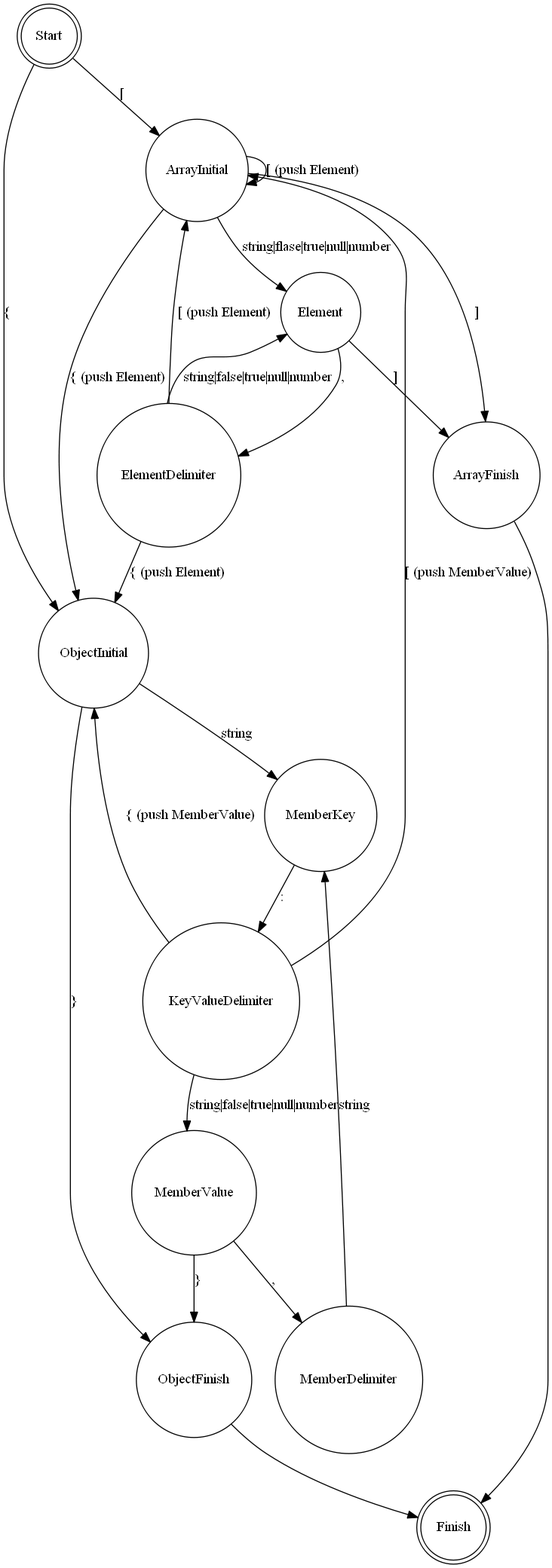
Before: doc/diagram/iterative-parser-states-diagram.png, a diagram exported from Graphviz (nilsbore/roswasm_suite). Its source is kept beside it as doc/diagram/iterative-parser-states-diagram.dot. Source of this version:
```dot
digraph {
    splines=true;
    node [shape = doublecircle]; Start; Finish;
    node [shape = circle];

    Start -> ArrayInitial [label="["];
    Start -> ObjectInitial [label="{"];

    ObjectInitial -> ObjectFinish [label="}"];
    ObjectInitial -> MemberKey [label="string"];

    MemberKey -> KeyValueDelimiter [label=":"];

    KeyValueDelimiter -> ArrayInitial [label="[ (push MemberValue)"];
    KeyValueDelimiter -> ObjectInitial [label="{ (push MemberValue)"];
    KeyValueDelimiter -> MemberValue [label="string|false|true|null|number"];

    MemberValue -> ObjectFinish [label="}"];
    MemberValue -> MemberDelimiter [label=","];

    MemberDelimiter -> MemberKey [label="string"];

    ArrayInitial -> ArrayInitial [label="[ (push Element)"];
    ArrayInitial -> ArrayFinish [label="]"];
    ArrayInitial -> ObjectInitial [label="{ (push Element)"];
    ArrayInitial -> Element [label="string|flase|true|null|number"];

    Element -> ArrayFinish [label="]"];
    Element -> ElementDelimiter [label=","];

    ElementDelimiter -> ArrayInitial [label="[ (push Element)"];
    ElementDelimiter -> ObjectInitial [label="{ (push Element)"];
    ElementDelimiter -> Element [label="string|false|true|null|number"];

    ArrayFinish -> Finish;
    ObjectFinish -> Finish;
}
```
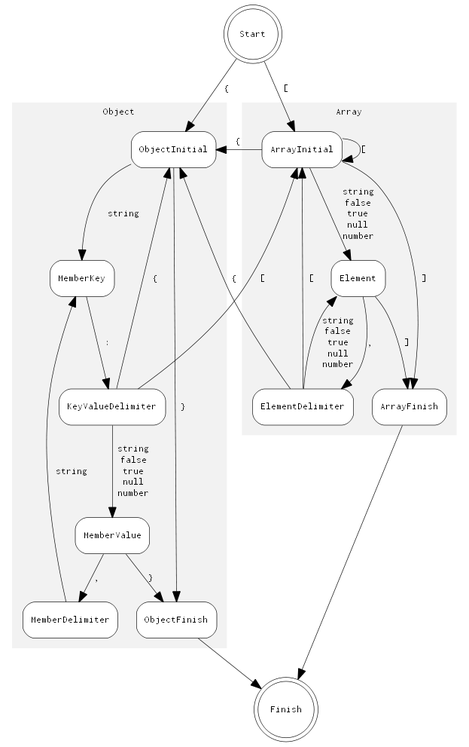
Above is the later version.

Commit message:
Re-layout  iterative parser state diagram.

Change to the diagram source:
```diff
@@ -1,36 +1,61 @@
 digraph {
-    splines=true;
+    fontname="Inconsolata, Consolas"
+    fontsize=10
+    margin="0,0"
+    penwidth=0.0
+
+    node [fontname="Inconsolata, Consolas", fontsize=10, penwidth=0.5]
+    edge [fontname="Inconsolata, Consolas", fontsize=10, penwidth=0.5]
+
     node [shape = doublecircle]; Start; Finish;
-    node [shape = circle];
+    node [shape = box; style = "rounded, filled"; fillcolor=white ];
 
-    Start -> ArrayInitial [label="["];
-    Start -> ObjectInitial [label="{"];
+    Start -> ArrayInitial [label=" ["];
+    Start -> ObjectInitial [label=" {"];
 
-    ObjectInitial -> ObjectFinish [label="}"];
-    ObjectInitial -> MemberKey [label="string"];
+    subgraph clusterArray {
+        margin="10,10"
+        style=filled
+        fillcolor=gray95
+        label = "Array"
+
+        ArrayInitial; Element; ElementDelimiter; ArrayFinish;
+    }
+
+    subgraph clusterObject {
+        margin="10,10"
+        style=filled
+        fillcolor=gray95
+        label = "Object"
+
+        ObjectInitial; MemberKey; KeyValueDelimiter; MemberValue; MemberDelimiter; ObjectFinish;
+    }
+
+    ArrayInitial -> ArrayInitial [label="["];
+    ArrayInitial -> ArrayFinish [label=" ]"];
+    ArrayInitial -> ObjectInitial [label="{", constraint=false];
+    ArrayInitial -> Element [label="string\nfalse\ntrue\nnull\nnumber"];
+
+    Element -> ArrayFinish [label="]"];
+    Element -> ElementDelimiter [label=","];
+
+    ElementDelimiter -> ArrayInitial [label=" ["];
+    ElementDelimiter -> ObjectInitial [label="{"];
+    ElementDelimiter -> Element [label="string\nfalse\ntrue\nnull\nnumber"];
+
+    ObjectInitial -> ObjectFinish [label=" }"];
+    ObjectInitial -> MemberKey [label=" string "];
 
     MemberKey -> KeyValueDelimiter [label=":"];
 
-    KeyValueDelimiter -> ArrayInitial [label="[ (push MemberValue)"];
-    KeyValueDelimiter -> ObjectInitial [label="{ (push MemberValue)"];
-    KeyValueDelimiter -> MemberValue [label="string|false|true|null|number"];
+    KeyValueDelimiter -> ArrayInitial [label="["];
+    KeyValueDelimiter -> ObjectInitial [label=" {"];
+    KeyValueDelimiter -> MemberValue [label=" string\n false\n true\n null\n number"];
 
     MemberValue -> ObjectFinish [label="}"];
     MemberValue -> MemberDelimiter [label=","];
 
-    MemberDelimiter -> MemberKey [label="string"];
-
-    ArrayInitial -> ArrayInitial [label="[ (push Element)"];
-    ArrayInitial -> ArrayFinish [label="]"];
-    ArrayInitial -> ObjectInitial [label="{ (push Element)"];
-    ArrayInitial -> Element [label="string|flase|true|null|number"];
-
-    Element -> ArrayFinish [label="]"];
-    Element -> ElementDelimiter [label=","];
-
-    ElementDelimiter -> ArrayInitial [label="[ (push Element)"];
-    ElementDelimiter -> ObjectInitial [label="{ (push Element)"];
-    ElementDelimiter -> Element [label="string|false|true|null|number"];
+    MemberDelimiter -> MemberKey [label=" string "];
 
     ArrayFinish -> Finish;
     ObjectFinish -> Finish;
```
